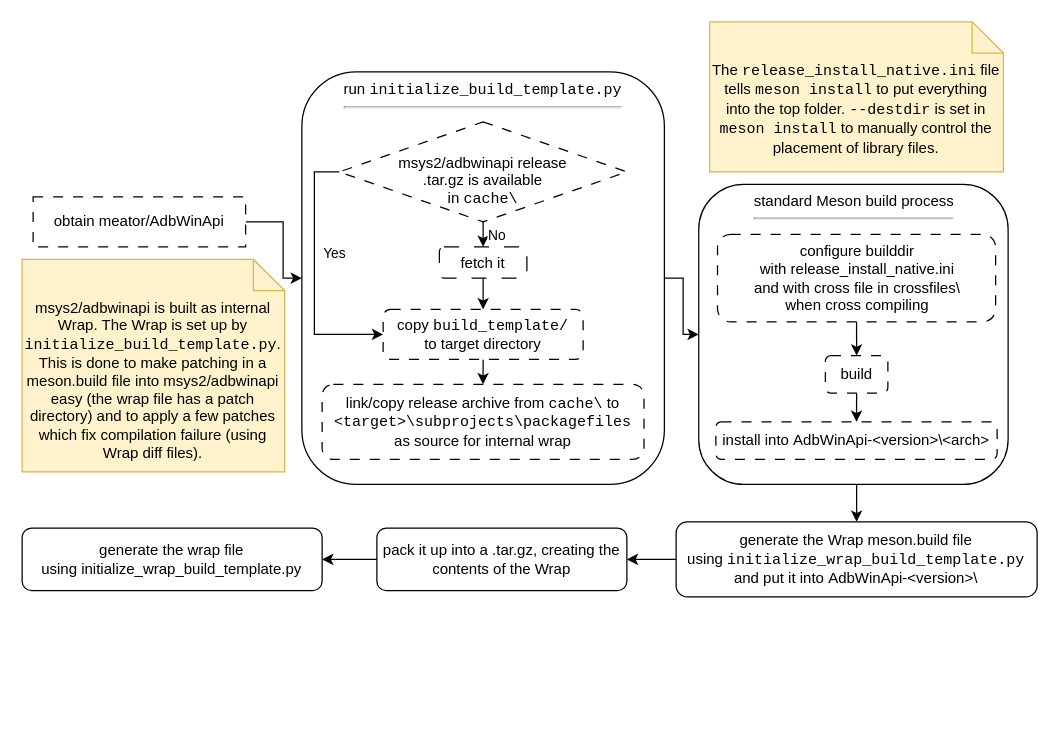
meator/AdbWinApi keeps this draw.io diagram as etc/Build and deployment process.drawio. Above is the earlier version. Source tidied: cells renumbered, new cells numbered last; positions are measured from the earlier drawing's top-left corner, leaving out a move shared by most shapes. Both pictures are drawn from the tidied source at 125%, with x=0, y=0 at pixel (21, 21).
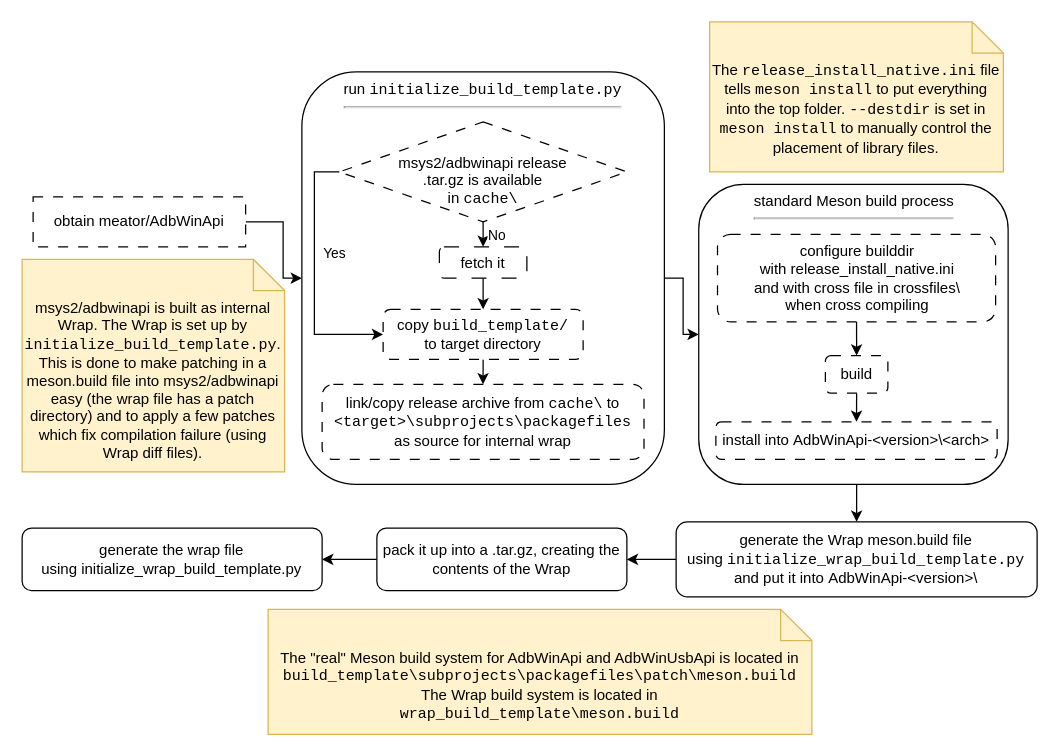
Above is the later version.

What changed in the source:
```diff
@@
+    <mxCell id="30" value="The &quot;real&quot; Meson build system for AdbWinApi and AdbWinUsbApi is located in &lt;code&gt;build_template\subprojects\packagefiles\patch\meson.build&lt;/code&gt;&lt;div&gt;The Wrap build system is located in&lt;/div&gt;&lt;div&gt;&lt;code&gt;wrap_build_template\meson.build&lt;/code&gt;&lt;br&gt;&lt;/div&gt;" style="shape=note2;boundedLbl=1;whiteSpace=wrap;html=1;size=25;verticalAlign=top;align=center;fillColor=#fff2cc;strokeColor=#d6b656;" parent="1" vertex="1">
+      <mxGeometry x="197" y="470" width="435" height="100" as="geometry" />
+    </mxCell>
```
